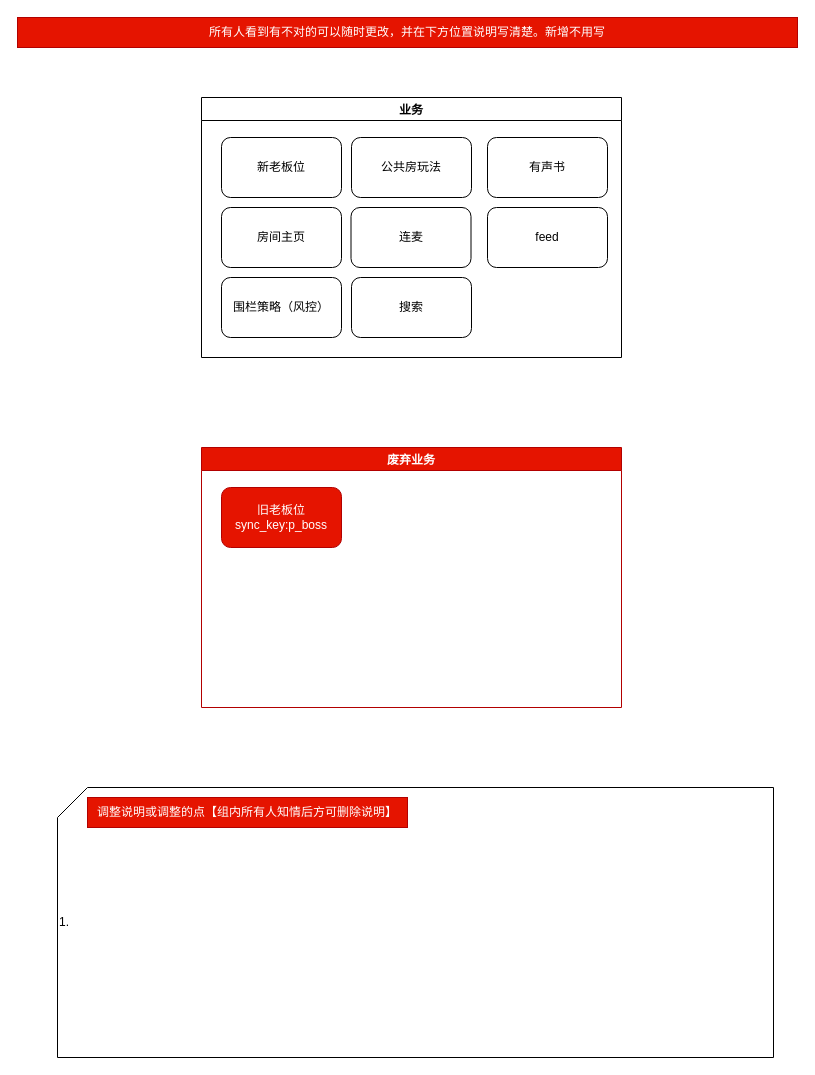
wclssdn/draw.io keeps this draw.io diagram as page "公共房业务" (1 of 10) of pepper/公共房.drawio. Above is the earlier version. Source tidied: cells renumbered, new cells numbered last; positions are measured from the earlier drawing's top-left corner, leaving out a move shared by most shapes. Both pictures are drawn from the tidied source at 100%, with x=0, y=0 at pixel (17, 17).
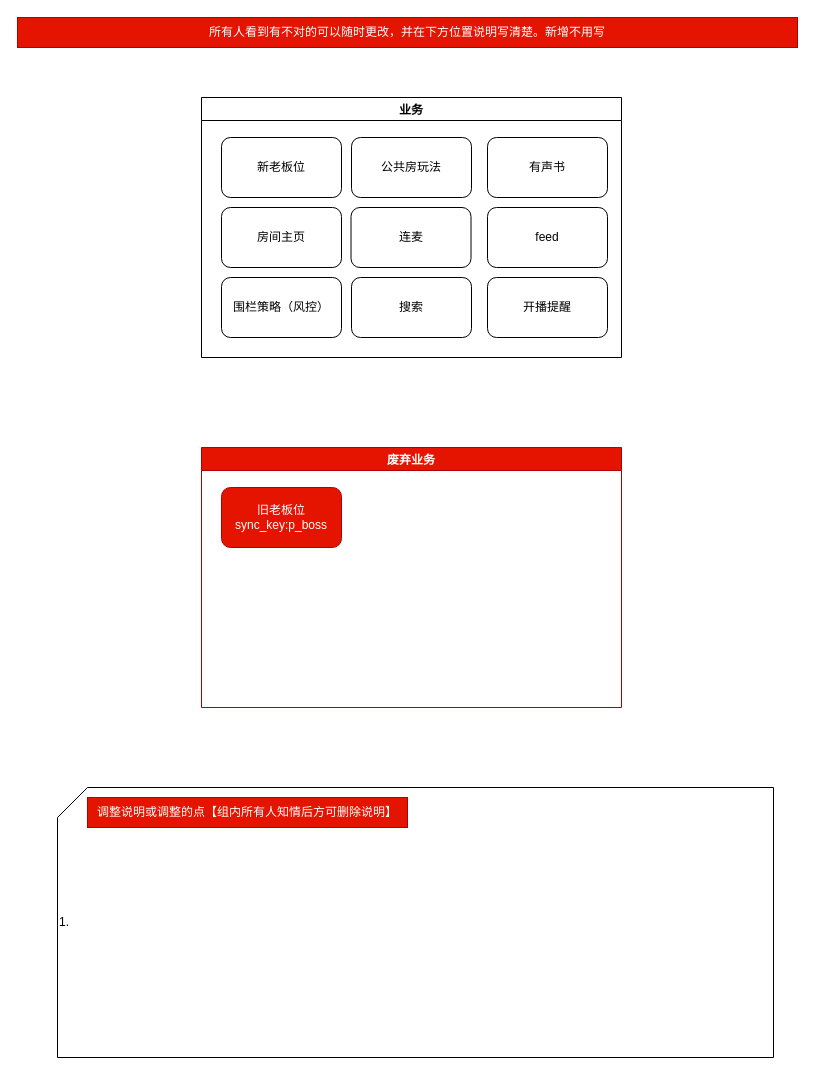
Above is the later version.

Diff of the diagram source:
```diff
@@
 <mxGraphModel>
   <root>
     <mxCell id="0" />
     <mxCell id="1" parent="0" />
     <mxCell id="2" value="业务" style="swimlane;" parent="1" vertex="1">
       <mxGeometry x="184" y="80" width="420" height="260" as="geometry" />
     </mxCell>
     <mxCell id="3" value="新老板位" style="rounded=1;whiteSpace=wrap;html=1;" parent="2" vertex="1">
       <mxGeometry x="20" y="40" width="120" height="60" as="geometry" />
     </mxCell>
     <mxCell id="4" value="连麦" style="rounded=1;whiteSpace=wrap;html=1;" parent="2" vertex="1">
       <mxGeometry x="149.5" y="110" width="120" height="60" as="geometry" />
     </mxCell>
     <mxCell id="5" value="feed" style="rounded=1;whiteSpace=wrap;html=1;" parent="2" vertex="1">
       <mxGeometry x="286" y="110" width="120" height="60" as="geometry" />
     </mxCell>
     <mxCell id="6" value="公共房玩法" style="rounded=1;whiteSpace=wrap;html=1;" parent="2" vertex="1">
       <mxGeometry x="150" y="40" width="120" height="60" as="geometry" />
     </mxCell>
     <mxCell id="7" value="围栏策略（风控）" style="rounded=1;whiteSpace=wrap;html=1;" parent="2" vertex="1">
       <mxGeometry x="20" y="180" width="120" height="60" as="geometry" />
     </mxCell>
     <mxCell id="8" value="搜索" style="rounded=1;whiteSpace=wrap;html=1;" parent="2" vertex="1">
       <mxGeometry x="150" y="180" width="120" height="60" as="geometry" />
     </mxCell>
     <mxCell id="9" value="房间主页" style="rounded=1;whiteSpace=wrap;html=1;" parent="2" vertex="1">
       <mxGeometry x="20" y="110" width="120" height="60" as="geometry" />
     </mxCell>
     <mxCell id="10" value="有声书" style="rounded=1;whiteSpace=wrap;html=1;" parent="2" vertex="1">
       <mxGeometry x="286" y="40" width="120" height="60" as="geometry" />
     </mxCell>
+    <mxCell id="16" value="开播提醒" style="rounded=1;whiteSpace=wrap;html=1;" parent="2" vertex="1">
+      <mxGeometry x="286" y="180" width="120" height="60" as="geometry" />
+    </mxCell>
     <mxCell id="11" value="废弃业务" style="swimlane;fillColor=#e51400;strokeColor=#B20000;fontColor=#ffffff;" parent="1" vertex="1">
       <mxGeometry x="184" y="430" width="420" height="260" as="geometry" />
     </mxCell>
     <mxCell id="12" value="旧老板位&lt;br&gt;sync_key:p_boss" style="rounded=1;whiteSpace=wrap;html=1;fillColor=#e51400;strokeColor=#B20000;fontColor=#ffffff;" parent="11" vertex="1">
       <mxGeometry x="20" y="40" width="120" height="60" as="geometry" />
     </mxCell>
     <mxCell id="13" value="所有人看到有不对的可以随时更改，并在下方位置说明写清楚。新增不用写" style="text;html=1;strokeColor=#B20000;fillColor=#e51400;align=center;verticalAlign=middle;whiteSpace=wrap;rounded=0;fontColor=#ffffff;" parent="1" vertex="1">
       <mxGeometry width="780" height="30" as="geometry" />
     </mxCell>
     <mxCell id="14" value="1.&lt;div&gt;&lt;/div&gt;" style="shape=card;whiteSpace=wrap;html=1;align=left;" parent="1" vertex="1">
       <mxGeometry x="40" y="770" width="716" height="270" as="geometry" />
     </mxCell>
     <mxCell id="15" value="调整说明或调整的点【组内所有人知情后方可删除说明】" style="text;html=1;strokeColor=#B20000;fillColor=#e51400;align=center;verticalAlign=middle;whiteSpace=wrap;rounded=0;fontColor=#ffffff;" parent="1" vertex="1">
       <mxGeometry x="70" y="780" width="320" height="30" as="geometry" />
     </mxCell>
   </root>
 </mxGraphModel>
```
